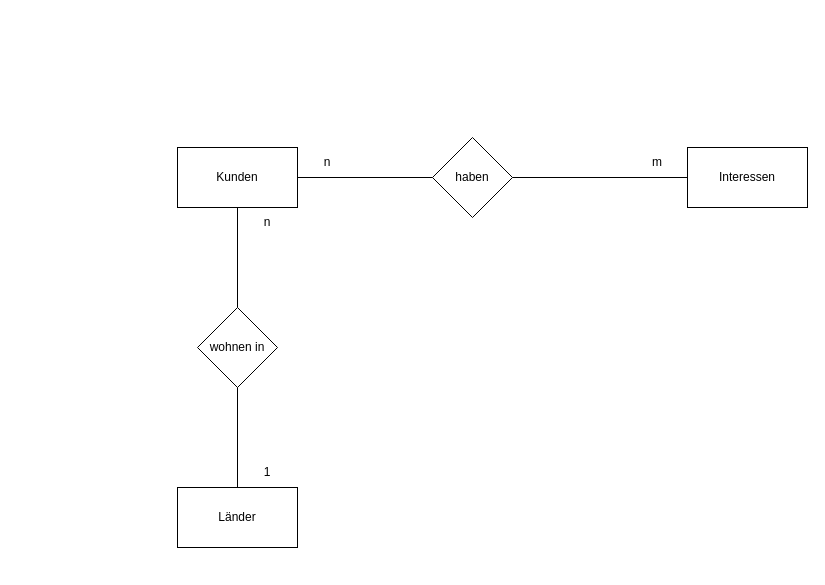
McLutzifer/WIFI_SW-Engineering keeps this draw.io diagram as KundenInteressen.drawio. Above is the earlier version. Source tidied: cells renumbered, new cells numbered last; positions are measured from the earlier drawing's top-left corner, leaving out a move shared by most shapes. Both pictures are drawn from the tidied source at 100%, with x=0, y=0 at pixel (177, 137).
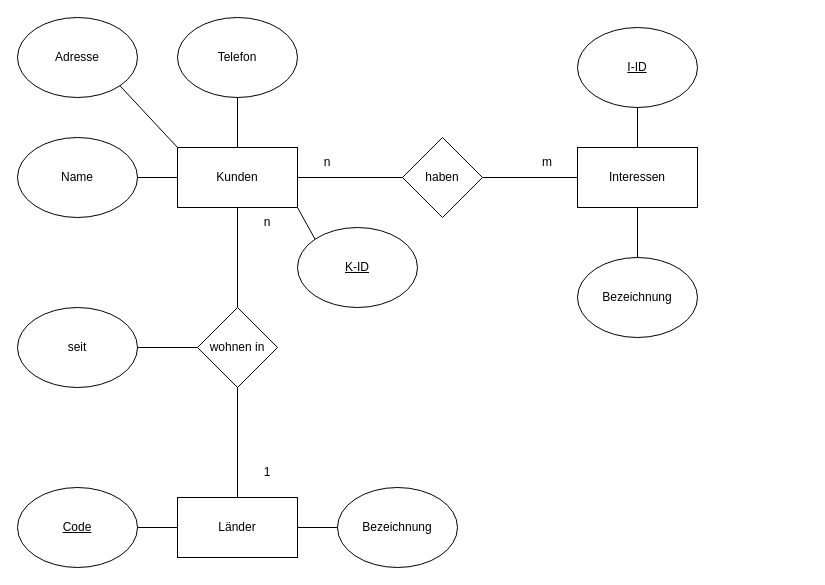
Above is the later version.

Unchanged cells that the change refers to:
```xml
<mxCell id="2" value="Kunden" style="rounded=0;whiteSpace=wrap;html=1;" parent="1" vertex="1">
  <mxGeometry y="10" width="120" height="60" as="geometry" />
</mxCell>
<mxCell id="8" value="wohnen in" style="rhombus;whiteSpace=wrap;html=1;" parent="1" vertex="1">
  <mxGeometry x="20" y="170" width="80" height="80" as="geometry" />
</mxCell>
```

What changed in the source:
```diff
@@
     <mxCell id="3" value="Interessen" style="rounded=0;whiteSpace=wrap;html=1;" parent="1" vertex="1">
-      <mxGeometry x="510" y="10" width="120" height="60" as="geometry" />
+      <mxGeometry x="400" y="10" width="120" height="60" as="geometry" />
     </mxCell>
     <mxCell id="4" value="Länder" style="rounded=0;whiteSpace=wrap;html=1;" parent="1" vertex="1">
-      <mxGeometry y="350" width="120" height="60" as="geometry" />
+      <mxGeometry y="360" width="120" height="60" as="geometry" />
     </mxCell>
     <mxCell id="5" value="haben" style="rhombus;whiteSpace=wrap;html=1;" parent="1" vertex="1">
-      <mxGeometry x="255" width="80" height="80" as="geometry" />
+      <mxGeometry x="225" width="80" height="80" as="geometry" />
     </mxCell>
@@
     <mxCell id="14" value="m" style="text;html=1;strokeColor=none;fillColor=none;align=center;verticalAlign=middle;whiteSpace=wrap;rounded=0;" parent="1" vertex="1">
-      <mxGeometry x="450" y="10" width="60" height="30" as="geometry" />
+      <mxGeometry x="340" y="10" width="60" height="30" as="geometry" />
     </mxCell>
+    <mxCell id="15" value="&lt;div&gt;Adresse&lt;/div&gt;" style="ellipse;whiteSpace=wrap;html=1;" parent="1" vertex="1">
+      <mxGeometry x="-160" y="-120" width="120" height="80" as="geometry" />
+    </mxCell>
+    <mxCell id="16" value="Name" style="ellipse;whiteSpace=wrap;html=1;" parent="1" vertex="1">
+      <mxGeometry x="-160" width="120" height="80" as="geometry" />
+    </mxCell>
+    <mxCell id="17" value="seit" style="ellipse;whiteSpace=wrap;html=1;" parent="1" vertex="1">
+      <mxGeometry x="-160" y="170" width="120" height="80" as="geometry" />
+    </mxCell>
+    <mxCell id="18" value="&lt;u&gt;Code&lt;/u&gt;" style="ellipse;whiteSpace=wrap;html=1;" parent="1" vertex="1">
+      <mxGeometry x="-160" y="350" width="120" height="80" as="geometry" />
+    </mxCell>
+    <mxCell id="19" value="Bezeichnung" style="ellipse;whiteSpace=wrap;html=1;" parent="1" vertex="1">
+      <mxGeometry x="400" y="120" width="120" height="80" as="geometry" />
+    </mxCell>
+    <mxCell id="20" value="Bezeichnung" style="ellipse;whiteSpace=wrap;html=1;" parent="1" vertex="1">
+      <mxGeometry x="160" y="350" width="120" height="80" as="geometry" />
+    </mxCell>
+    <mxCell id="21" value="Telefon" style="ellipse;whiteSpace=wrap;html=1;" parent="1" vertex="1">
+      <mxGeometry y="-120" width="120" height="80" as="geometry" />
+    </mxCell>
+    <mxCell id="22" style="endArrow=none;html=1;rounded=0;exitX=1;exitY=0.5;exitDx=0;exitDy=0;entryX=0;entryY=0.5;entryDx=0;entryDy=0;" parent="1" edge="1" source="4" target="20">
+      <mxGeometry relative="1" as="geometry" />
+    </mxCell>
+    <mxCell id="23" style="endArrow=none;html=1;rounded=0;exitX=1;exitY=0.5;exitDx=0;exitDy=0;" parent="1" edge="1" source="18" target="4">
+      <mxGeometry relative="1" as="geometry" />
+    </mxCell>
+    <mxCell id="24" style="endArrow=none;html=1;rounded=0;exitX=1;exitY=0.5;exitDx=0;exitDy=0;entryX=0;entryY=0.5;entryDx=0;entryDy=0;" parent="1" edge="1" source="17" target="8">
+      <mxGeometry relative="1" as="geometry" />
+    </mxCell>
+    <mxCell id="25" style="endArrow=none;html=1;rounded=0;entryX=1;entryY=0.5;entryDx=0;entryDy=0;exitX=0;exitY=0.5;exitDx=0;exitDy=0;" parent="1" edge="1" source="2" target="16">
+      <mxGeometry relative="1" as="geometry" />
+    </mxCell>
+    <mxCell id="26" style="endArrow=none;html=1;rounded=0;entryX=1;entryY=1;entryDx=0;entryDy=0;exitX=0;exitY=0;exitDx=0;exitDy=0;" parent="1" edge="1" source="2" target="15">
+      <mxGeometry relative="1" as="geometry" />
+    </mxCell>
+    <mxCell id="27" style="endArrow=none;html=1;rounded=0;entryX=0.5;entryY=1;entryDx=0;entryDy=0;exitX=0.5;exitY=0;exitDx=0;exitDy=0;" parent="1" edge="1" source="2" target="21">
+      <mxGeometry relative="1" as="geometry" />
+    </mxCell>
+    <mxCell id="28" style="endArrow=none;html=1;rounded=0;entryX=0.5;entryY=1;entryDx=0;entryDy=0;exitX=0.5;exitY=0;exitDx=0;exitDy=0;" parent="1" edge="1" source="19" target="3">
+      <mxGeometry relative="1" as="geometry" />
+    </mxCell>
+    <mxCell id="29" value="&lt;u&gt;K-ID&lt;/u&gt;" style="ellipse;whiteSpace=wrap;html=1;" parent="1" vertex="1">
+      <mxGeometry x="120" y="90" width="120" height="80" as="geometry" />
+    </mxCell>
+    <mxCell id="30" value="&lt;u&gt;I-ID&lt;/u&gt;" style="ellipse;whiteSpace=wrap;html=1;" parent="1" vertex="1">
+      <mxGeometry x="400" y="-110" width="120" height="80" as="geometry" />
+    </mxCell>
+    <mxCell id="31" style="endArrow=none;html=1;rounded=0;entryX=0.5;entryY=1;entryDx=0;entryDy=0;exitX=0.5;exitY=0;exitDx=0;exitDy=0;" parent="1" edge="1" source="3" target="30">
+      <mxGeometry relative="1" as="geometry" />
+    </mxCell>
+    <mxCell id="32" style="endArrow=none;html=1;rounded=0;entryX=1;entryY=1;entryDx=0;entryDy=0;exitX=0;exitY=0;exitDx=0;exitDy=0;" parent="1" edge="1" source="29" target="2">
+      <mxGeometry relative="1" as="geometry" />
+    </mxCell>
```
